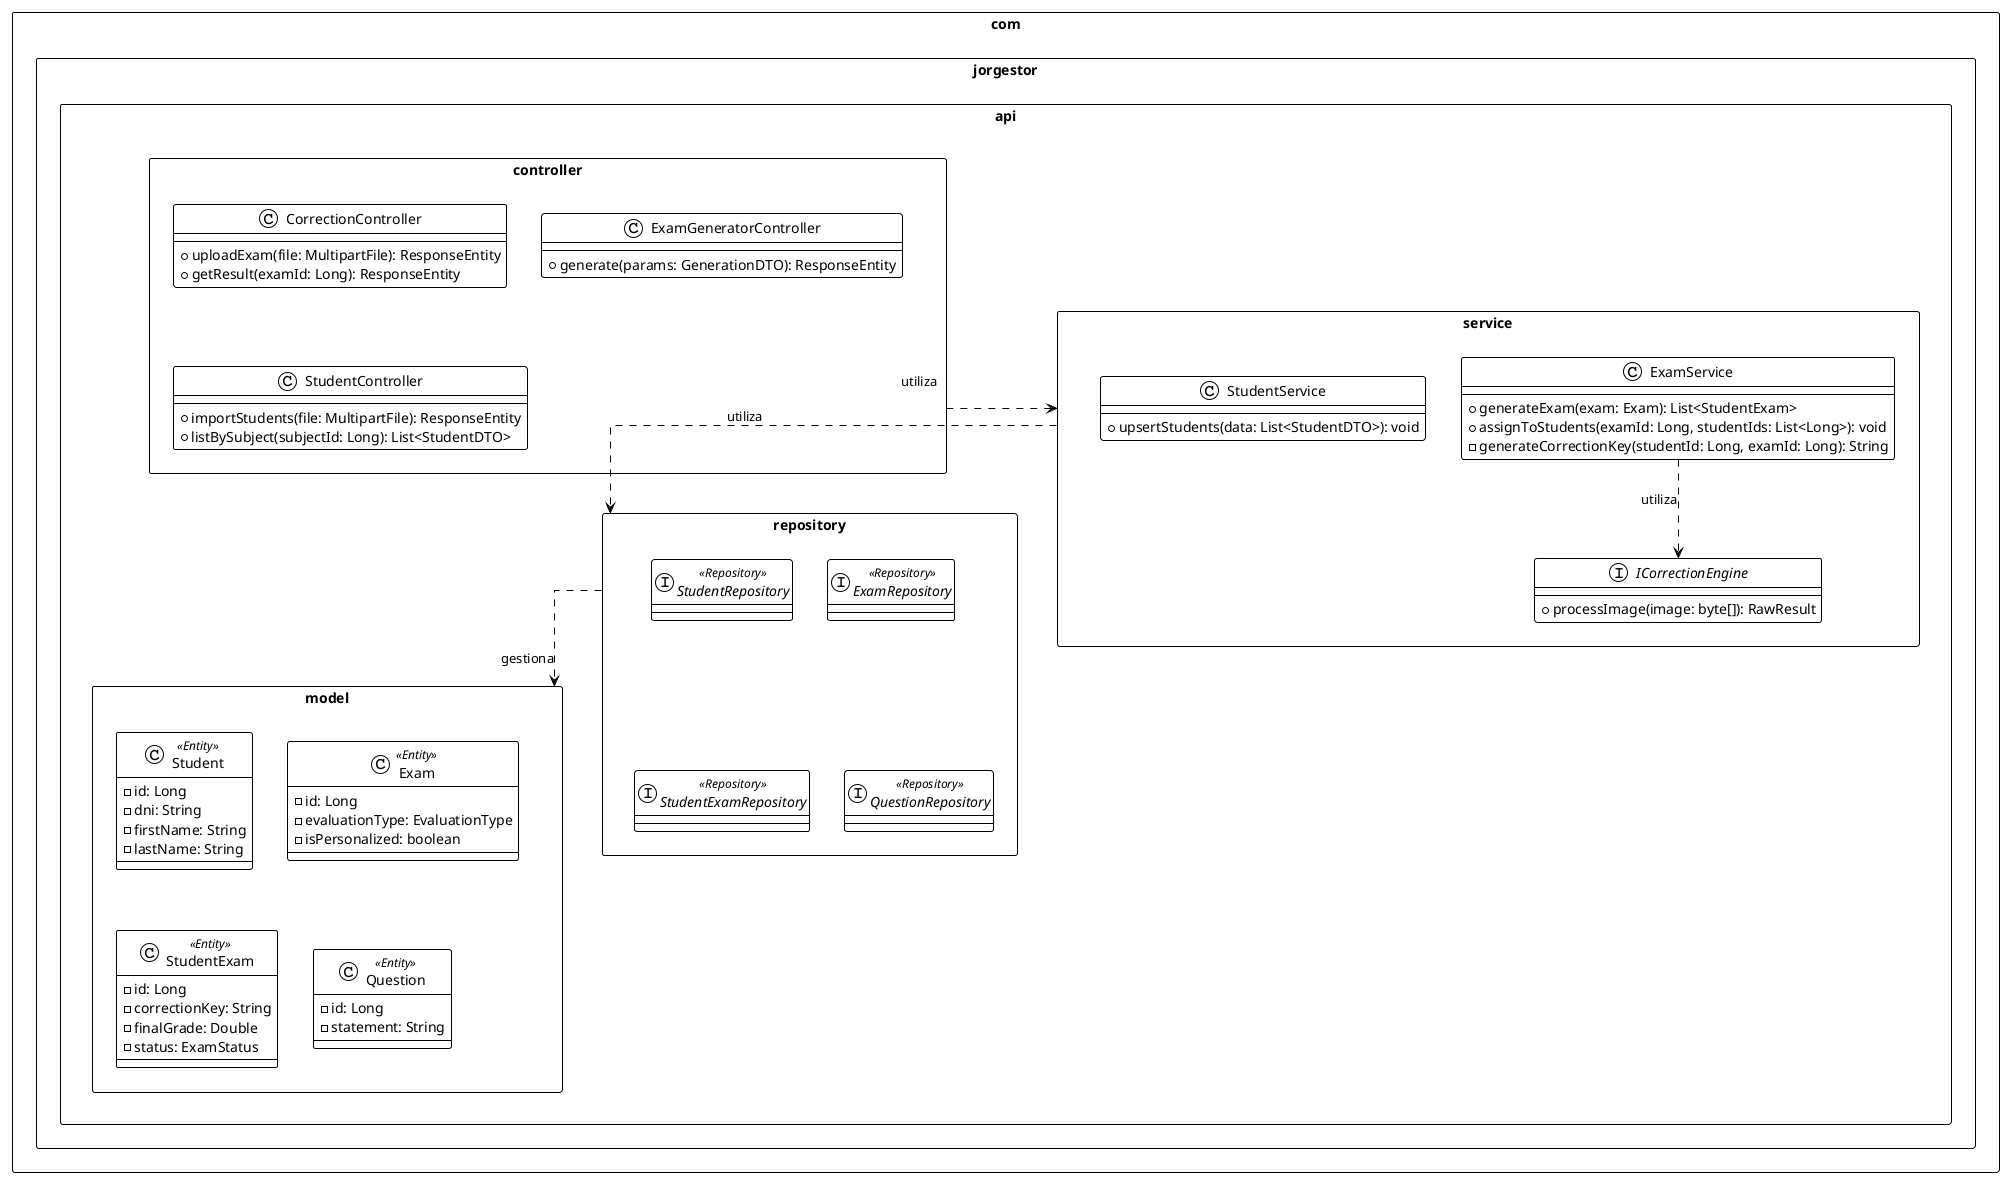
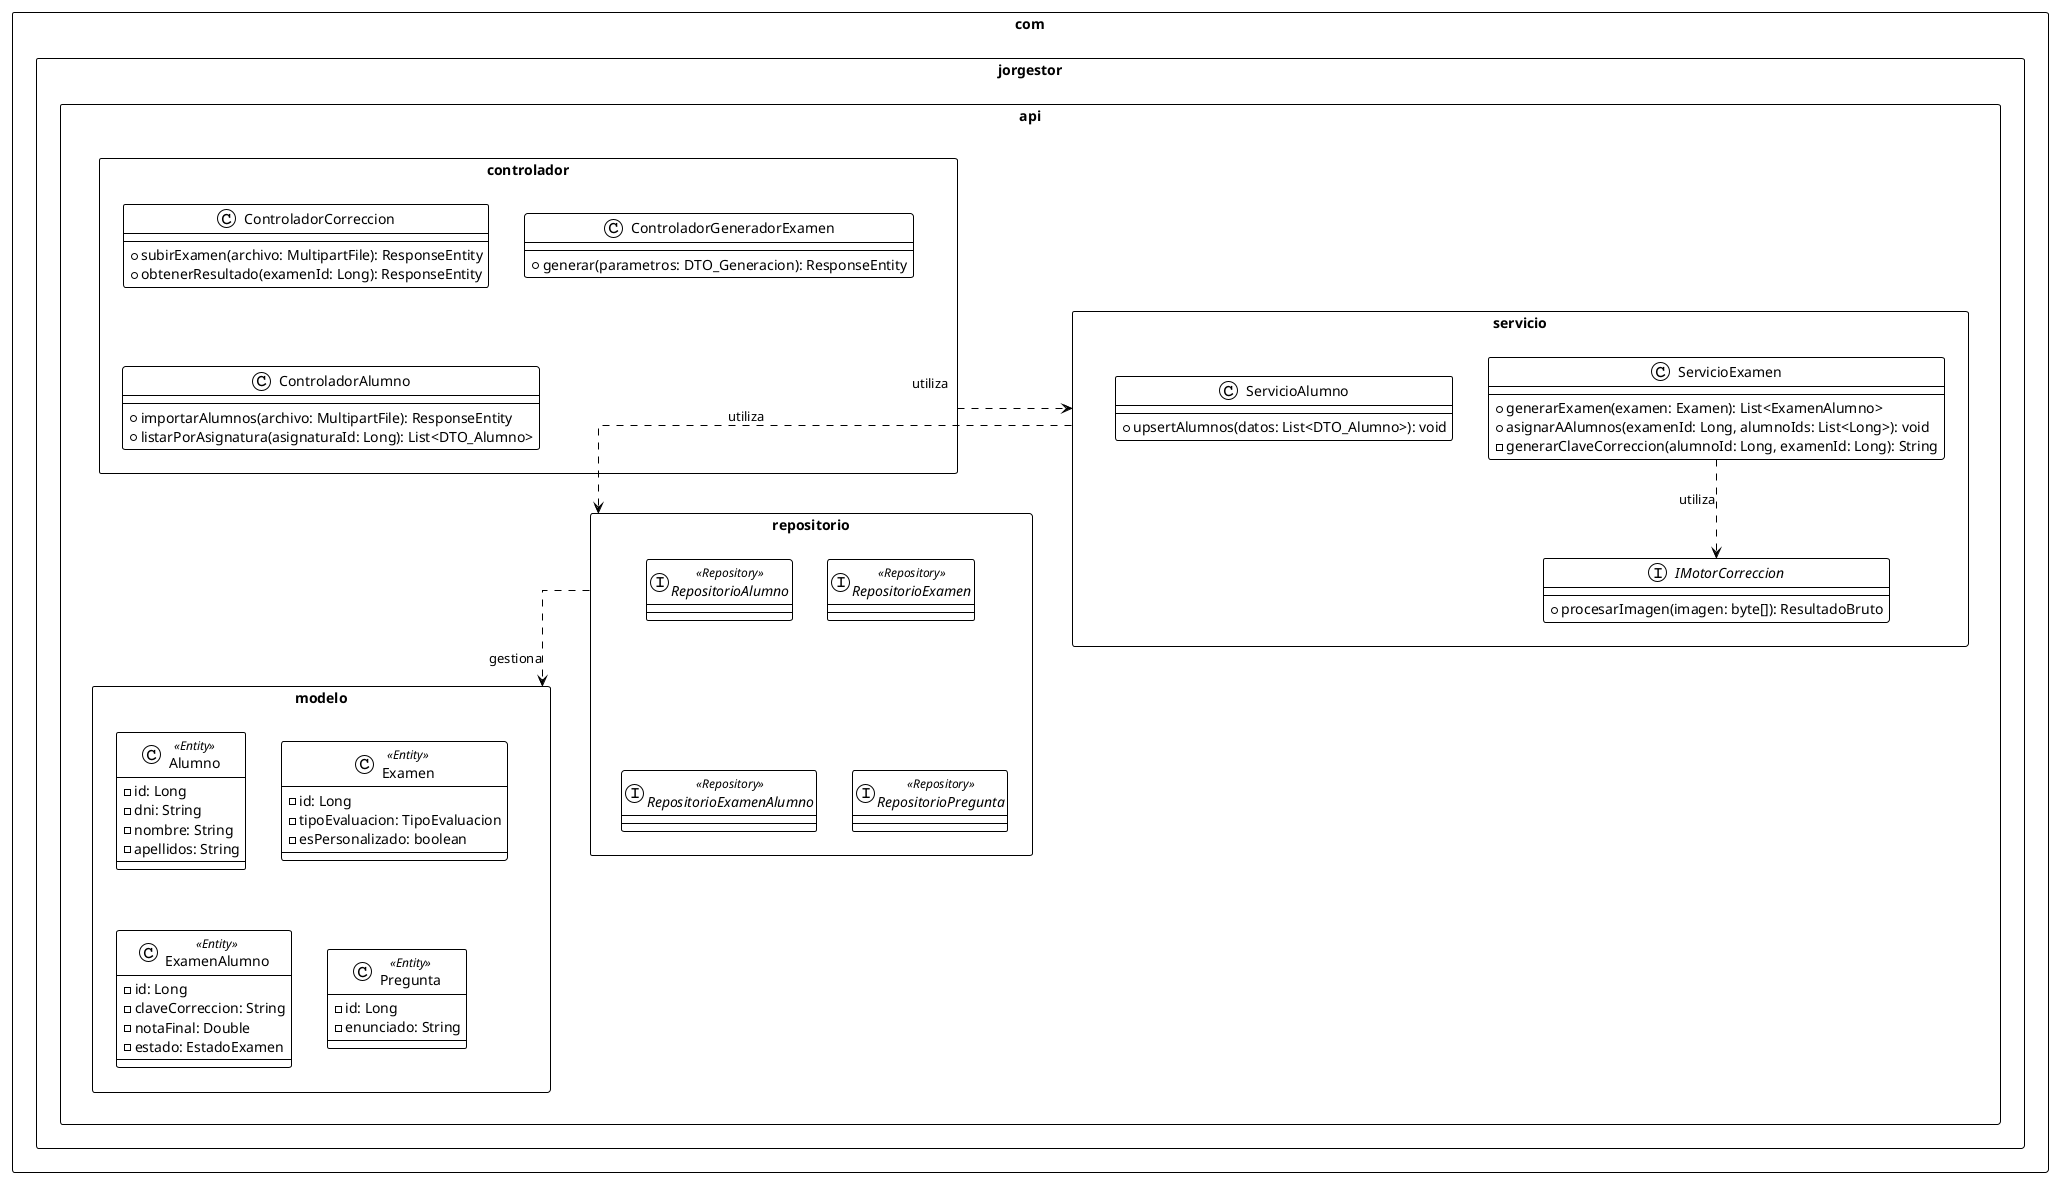
@startuml
!theme plain
skinparam Linetype ortho
skinparam packageStyle rectangle

package "com.jorgestor.api" {
-     package "controller" {
-         class CorrectionController {
-             + uploadExam(file: MultipartFile): ResponseEntity
-             + getResult(examId: Long): ResponseEntity
+     package "controlador" {
+         class ControladorCorreccion {
+             + subirExamen(archivo: MultipartFile): ResponseEntity
+             + obtenerResultado(examenId: Long): ResponseEntity
        }
-         class ExamGeneratorController {
-             + generate(params: GenerationDTO): ResponseEntity
+         class ControladorGeneradorExamen {
+             + generar(parametros: DTO_Generacion): ResponseEntity
        }
-         class StudentController {
-             + importStudents(file: MultipartFile): ResponseEntity
-             + listBySubject(subjectId: Long): List<StudentDTO>
+         class ControladorAlumno {
+             + importarAlumnos(archivo: MultipartFile): ResponseEntity
+             + listarPorAsignatura(asignaturaId: Long): List<DTO_Alumno>
        }
    }

-     package "service" {
-         interface ICorrectionEngine {
-             + processImage(image: byte[]): RawResult
+     package "servicio" {
+         interface IMotorCorreccion {
+             + procesarImagen(imagen: byte[]): ResultadoBruto
        }

-         class ExamService {
-             + generateExam(exam: Exam): List<StudentExam>
-             + assignToStudents(examId: Long, studentIds: List<Long>): void
-             - generateCorrectionKey(studentId: Long, examId: Long): String
+         class ServicioExamen {
+             + generarExamen(examen: Examen): List<ExamenAlumno>
+             + asignarAAlumnos(examenId: Long, alumnoIds: List<Long>): void
+             - generarClaveCorreccion(alumnoId: Long, examenId: Long): String
        }

-         class StudentService {
-             + upsertStudents(data: List<StudentDTO>): void
+         class ServicioAlumno {
+             + upsertAlumnos(datos: List<DTO_Alumno>): void
        }
    }

-     package "repository" {
-         interface StudentRepository <<Repository>>
-         interface ExamRepository <<Repository>>
-         interface StudentExamRepository <<Repository>>
-         interface QuestionRepository <<Repository>>
+     package "repositorio" {
+         interface RepositorioAlumno <<Repository>>
+         interface RepositorioExamen <<Repository>>
+         interface RepositorioExamenAlumno <<Repository>>
+         interface RepositorioPregunta <<Repository>>
    }

-     package "model" {
-         class Student <<Entity>> {
+     package "modelo" {
+         class Alumno <<Entity>> {
            - id: Long
            - dni: String
-             - firstName: String
-             - lastName: String
+             - nombre: String
+             - apellidos: String
        }
-         class Exam <<Entity>> {
+         class Examen <<Entity>> {
            - id: Long
-             - evaluationType: EvaluationType
-             - isPersonalized: boolean
+             - tipoEvaluacion: TipoEvaluacion
+             - esPersonalizado: boolean
        }
-         class StudentExam <<Entity>> {
+         class ExamenAlumno <<Entity>> {
            - id: Long
-             - correctionKey: String
-             - finalGrade: Double
-             - status: ExamStatus
+             - claveCorreccion: String
+             - notaFinal: Double
+             - estado: EstadoExamen
        }
-         class Question <<Entity>> {
+         class Pregunta <<Entity>> {
            - id: Long
-             - statement: String
+             - enunciado: String
        }
    }
}

' Relaciones entre capas
- controller ..> service : utiliza
- service ..> repository : utiliza
- repository ..> model : gestiona
+ controlador ..> servicio : utiliza
+ servicio ..> repositorio : utiliza
+ repositorio ..> modelo : gestiona

' Relaciones de herencia/implementación
- ExamService ..> ICorrectionEngine : utiliza
+ ServicioExamen ..> IMotorCorreccion : utiliza
@enduml
